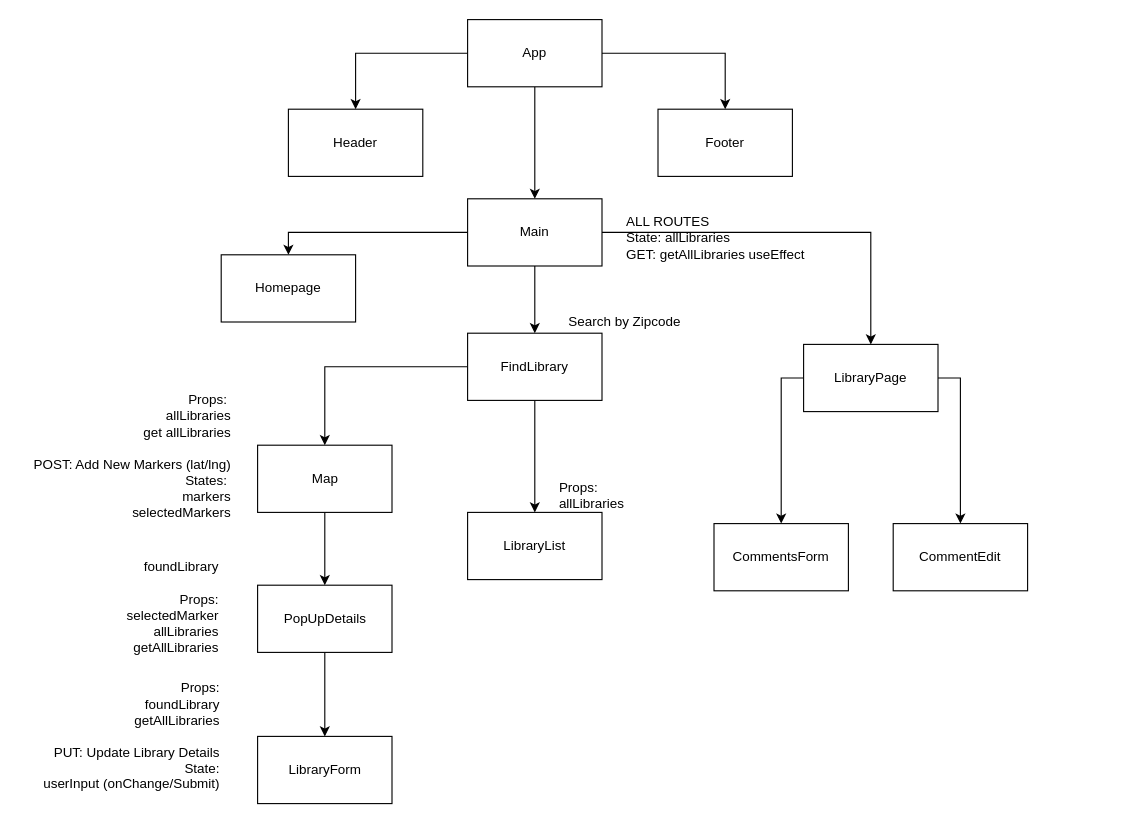
tashi-ono/libre_libro_client keeps this draw.io diagram as planning/wireframes/LibreLibro Components.drawio. Above is the earlier version. Source tidied: cells renumbered, new cells numbered last; positions are measured from the earlier drawing's top-left corner, leaving out a move shared by most shapes. Both pictures are drawn from the tidied source at 112%, with x=0, y=0 at pixel (19, 19).
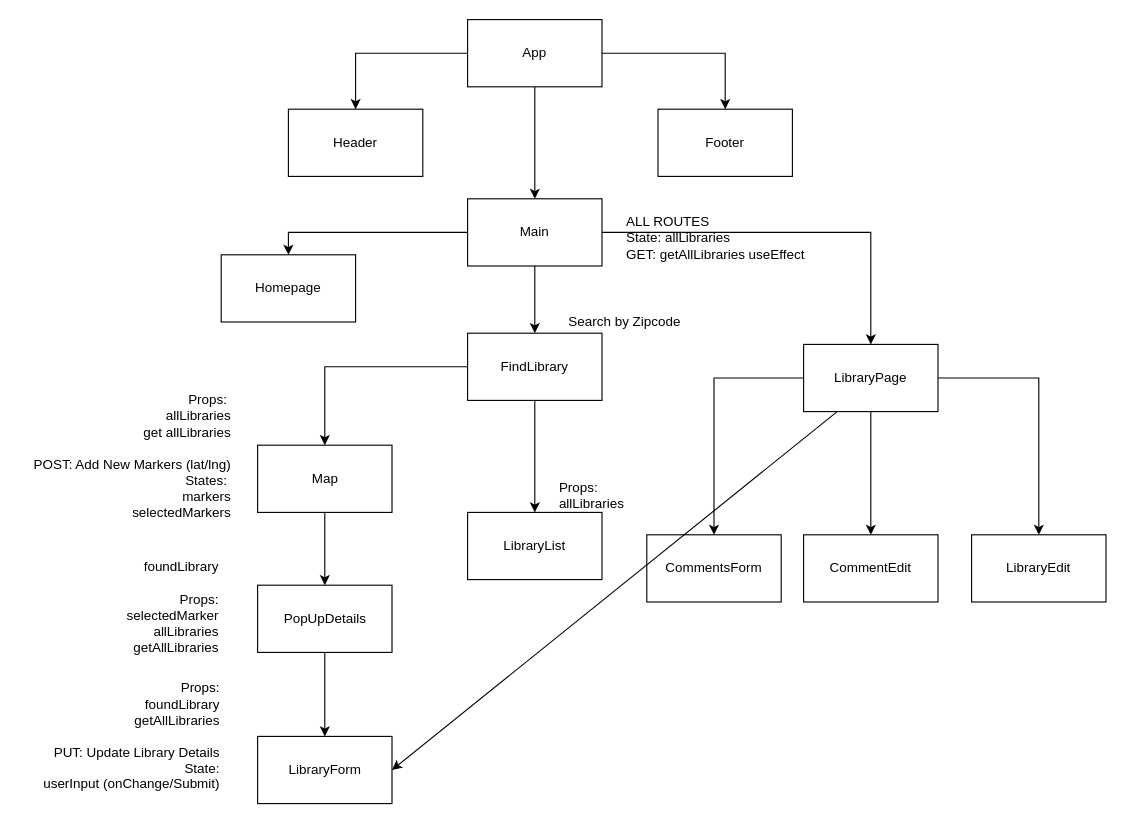
The same page after the edit.

The change refers to these unchanged cells:
```xml
<mxCell id="26" value="LibraryForm" style="rounded=0;whiteSpace=wrap;html=1;" parent="1" vertex="1">
  <mxGeometry x="212.5" y="640" width="120" height="60" as="geometry" />
</mxCell>
<mxCell id="29" value="LibraryPage" style="rounded=0;whiteSpace=wrap;html=1;" parent="1" vertex="1">
  <mxGeometry x="700" y="290" width="120" height="60" as="geometry" />
</mxCell>
```

What changed in the source:
```diff
@@
+    <mxCell id="33" style="edgeStyle=orthogonalEdgeStyle;rounded=0;jettySize=auto;html=1;" parent="1" edge="1" source="29" target="34">
+      <mxGeometry relative="1" as="geometry" />
+    </mxCell>
@@
-    <mxCell id="30" style="edgeStyle=orthogonalEdgeStyle;rounded=0;jettySize=auto;html=1;exitX=1;exitY=0.5;exitDx=0;exitDy=0;" parent="1" edge="1" source="29" target="32">
+    <mxCell id="30" style="edgeStyle=orthogonalEdgeStyle;rounded=0;jettySize=auto;html=1;exitX=0.5;exitY=1;exitDx=0;exitDy=0;" parent="1" edge="1" source="29" target="32">
       <mxGeometry relative="1" as="geometry" />
     </mxCell>
     <mxCell id="31" value="CommentsForm" style="rounded=0;whiteSpace=wrap;html=1;" parent="1" vertex="1">
-      <mxGeometry x="620" y="450" width="120" height="60" as="geometry" />
+      <mxGeometry x="560" y="460" width="120" height="60" as="geometry" />
     </mxCell>
     <mxCell id="32" value="CommentEdit" style="rounded=0;whiteSpace=wrap;html=1;" parent="1" vertex="1">
-      <mxGeometry x="780" y="450" width="120" height="60" as="geometry" />
+      <mxGeometry x="700" y="460" width="120" height="60" as="geometry" />
     </mxCell>
+    <mxCell id="34" value="LibraryEdit" style="rounded=0;whiteSpace=wrap;html=1;" parent="1" vertex="1">
+      <mxGeometry x="850" y="460" width="120" height="60" as="geometry" />
+    </mxCell>
+    <mxCell id="35" style="endArrow=classic;html=1;exitX=0.25;exitY=1;exitDx=0;exitDy=0;entryX=1;entryY=0.5;entryDx=0;entryDy=0;" parent="1" edge="1" source="29" target="26">
+      <mxGeometry relative="1" as="geometry" />
+    </mxCell>
```
